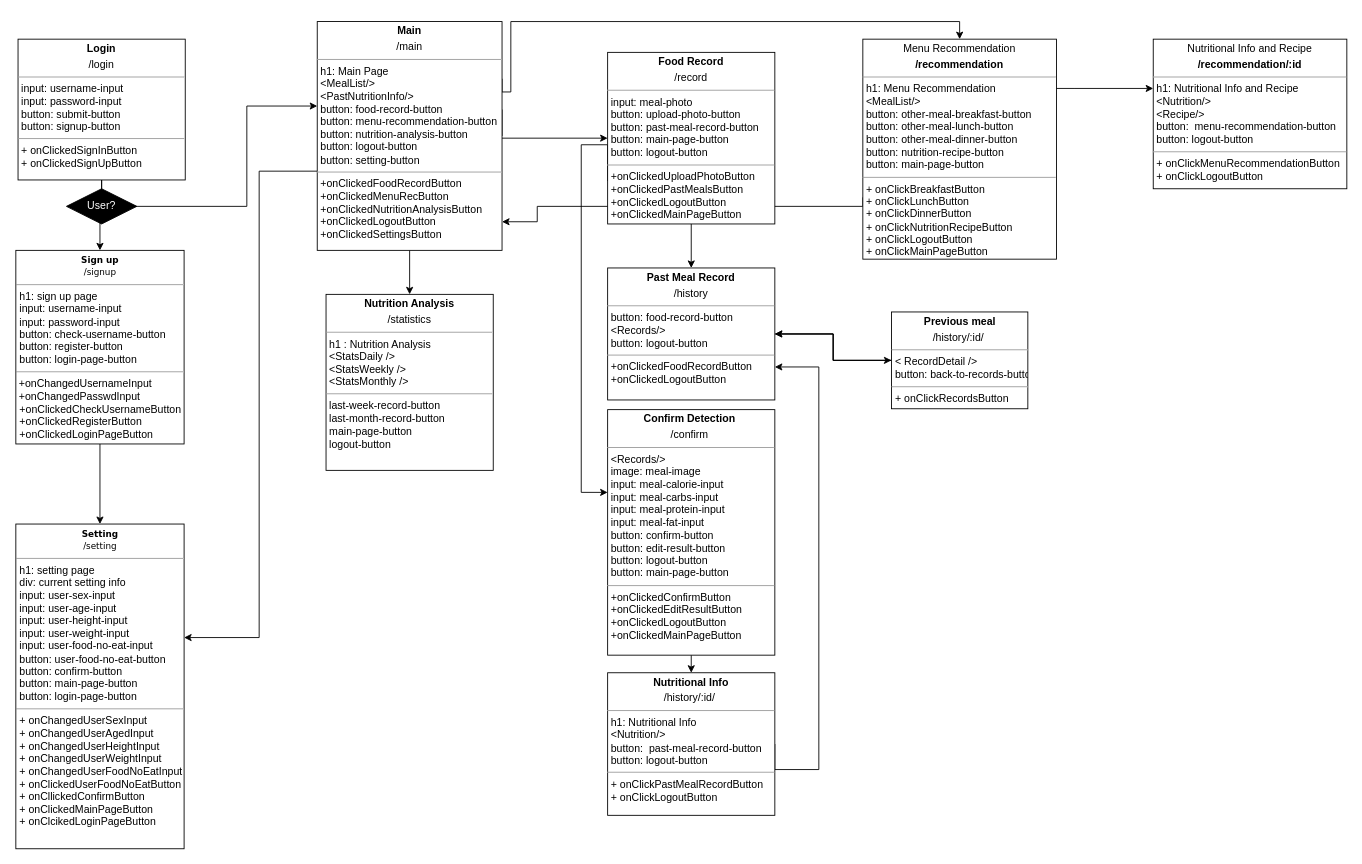
Above: Untitled Diagram.drawio in swsnu/swpp2021-team5 (draw.io), before the change. Source tidied: cells renumbered, new cells numbered last; positions are measured from the earlier drawing's top-left corner, leaving out a move shared by most shapes. Both pictures are drawn from the tidied source at 88%, with x=0, y=0 at pixel (16, 21).
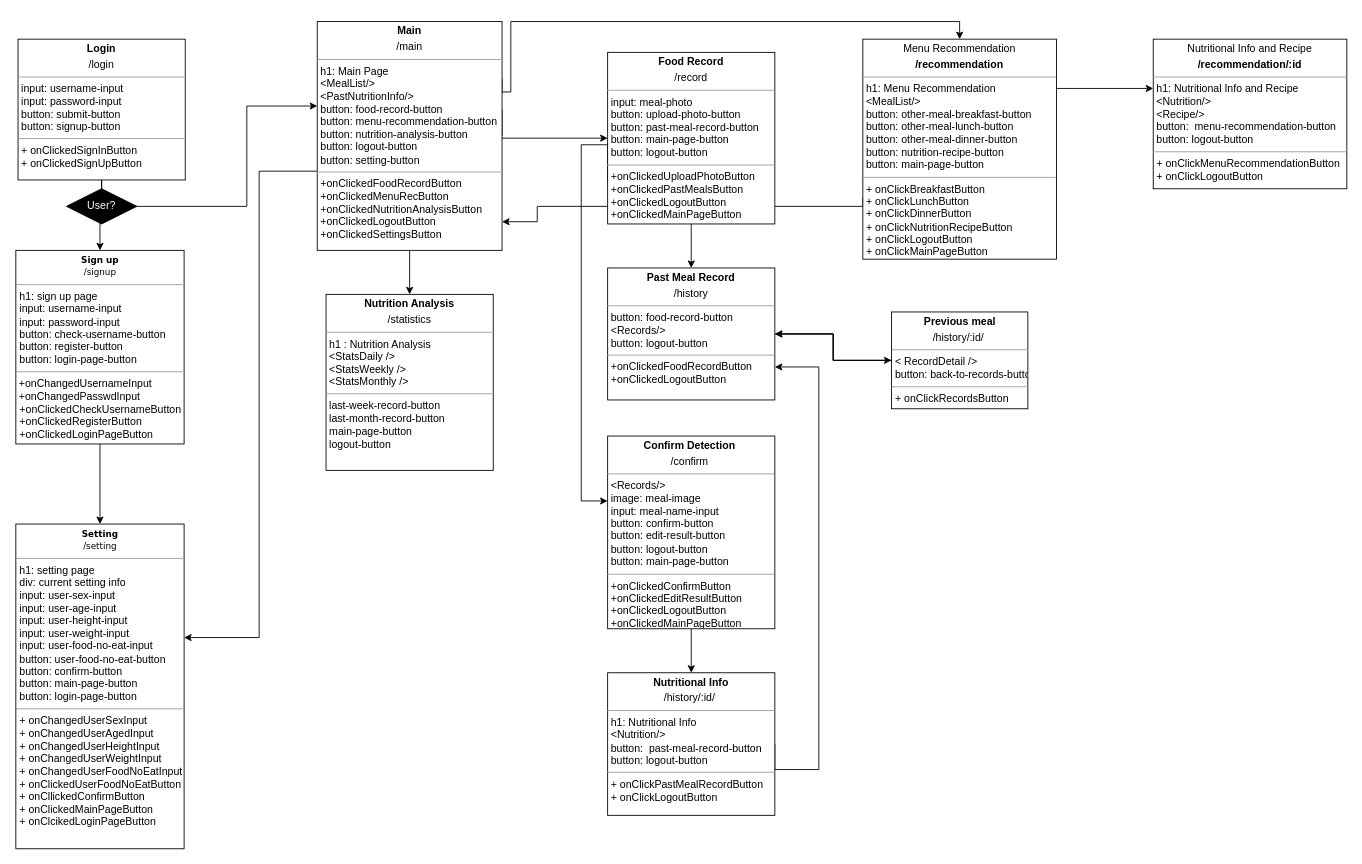
Above is the later version.

The change refers to these unchanged cells:
```xml
<mxCell id="15" value="&lt;p style=&quot;margin: 0px ; margin-top: 4px ; text-align: center&quot;&gt;&lt;b&gt;Food Record&lt;/b&gt;&lt;/p&gt;&lt;p style=&quot;margin: 0px ; margin-top: 4px ; text-align: center&quot;&gt;/record&lt;/p&gt;&lt;hr size=&quot;1&quot;&gt;&lt;p style=&quot;margin: 0px ; margin-left: 4px&quot;&gt;&lt;span&gt;input: meal-photo&lt;/span&gt;&lt;/p&gt;&lt;p style=&quot;margin: 0px ; margin-left: 4px&quot;&gt;&lt;span&gt;button: upload-photo-button&lt;/span&gt;&lt;br&gt;&lt;/p&gt;&lt;p style=&quot;margin: 0px 0px 0px 4px&quot;&gt;button: past-meal-record-button&lt;/p&gt;&lt;p style=&quot;margin: 0px 0px 0px 4px&quot;&gt;button: main-page-button&lt;/p&gt;&lt;p style=&quot;margin: 0px 0px 0px 4px&quot;&gt;button: logout-button&lt;/p&gt;&lt;hr size=&quot;1&quot;&gt;&lt;p style=&quot;margin: 0px ; margin-left: 4px&quot;&gt;+onClickedUploadPhotoButton&lt;/p&gt;&lt;p style=&quot;margin: 0px ; margin-left: 4px&quot;&gt;+onClickedPastMealsButton&lt;/p&gt;&lt;p style=&quot;margin: 0px ; margin-left: 4px&quot;&gt;+onClickedLogoutButton&lt;/p&gt;&lt;p style=&quot;margin: 0px ; margin-left: 4px&quot;&gt;+onClickedMainPageButton&lt;/p&gt;" style="verticalAlign=top;align=left;overflow=fill;fontSize=12;fontFamily=Helvetica;html=1;rounded=0;shadow=0;comic=0;labelBackgroundColor=none;strokeWidth=1;" parent="1" vertex="1">
  <mxGeometry x="672" y="35" width="190" height="195" as="geometry" />
</mxCell>
```

Change to the diagram source:
```diff
@@
     <mxCell id="14" style="edgeStyle=orthogonalEdgeStyle;rounded=0;jettySize=auto;html=1;exitX=0;exitY=0.75;exitDx=0;exitDy=0;entryX=0;entryY=0.337;entryDx=0;entryDy=0;fontColor=#FFFFFF;entryPerimeter=0;" parent="1" edge="1" source="15" target="23">
       <mxGeometry relative="1" as="geometry">
         <Array as="points">
           <mxPoint x="672" y="140" />
           <mxPoint x="642" y="140" />
-          <mxPoint x="642" y="535" />
+          <mxPoint x="642" y="545" />
         </Array>
       </mxGeometry>
     </mxCell>
@@
-    <mxCell id="23" value="&lt;p style=&quot;margin: 0px ; margin-top: 4px ; text-align: center&quot;&gt;&lt;b&gt;Confirm Detection&amp;nbsp;&lt;/b&gt;&lt;/p&gt;&lt;p style=&quot;margin: 0px ; margin-top: 4px ; text-align: center&quot;&gt;/confirm&lt;b&gt;&amp;nbsp;&lt;/b&gt;&lt;/p&gt;&lt;hr size=&quot;1&quot;&gt;&lt;p style=&quot;margin: 0px ; margin-left: 4px&quot;&gt;&amp;lt;Records/&amp;gt;&lt;/p&gt;&lt;p style=&quot;margin: 0px ; margin-left: 4px&quot;&gt;image: meal-image&lt;/p&gt;&lt;p style=&quot;margin: 0px ; margin-left: 4px&quot;&gt;&lt;span&gt;input: meal-calorie-input&lt;/span&gt;&lt;br&gt;&lt;/p&gt;&lt;p style=&quot;margin: 0px ; margin-left: 4px&quot;&gt;input: meal-carbs-input&lt;/p&gt;&lt;p style=&quot;margin: 0px ; margin-left: 4px&quot;&gt;input: meal-protein-input&lt;/p&gt;&lt;p style=&quot;margin: 0px ; margin-left: 4px&quot;&gt;input: meal-fat-input&lt;/p&gt;&lt;p style=&quot;margin: 0px ; margin-left: 4px&quot;&gt;button: confirm-button&lt;/p&gt;&lt;p style=&quot;margin: 0px ; margin-left: 4px&quot;&gt;button: edit-result-button&lt;/p&gt;&lt;p style=&quot;margin: 0px ; margin-left: 4px&quot;&gt;button: logout-button&lt;/p&gt;&lt;p style=&quot;margin: 0px ; margin-left: 4px&quot;&gt;button: main-page-button&lt;br&gt;&lt;/p&gt;&lt;hr size=&quot;1&quot;&gt;&lt;p style=&quot;margin: 0px ; margin-left: 4px&quot;&gt;+onClickedConfirmButton&lt;/p&gt;&lt;p style=&quot;margin: 0px ; margin-left: 4px&quot;&gt;+onClickedEditResultButton&lt;/p&gt;&lt;p style=&quot;margin: 0px ; margin-left: 4px&quot;&gt;+onClickedLogoutButton&lt;/p&gt;&lt;p style=&quot;margin: 0px ; margin-left: 4px&quot;&gt;+onClickedMainPageButton&lt;/p&gt;&lt;p style=&quot;margin: 0px ; margin-left: 4px&quot;&gt;&lt;br&gt;&lt;/p&gt;" style="verticalAlign=top;align=left;overflow=fill;fontSize=12;fontFamily=Helvetica;html=1;" parent="1" vertex="1">
-      <mxGeometry x="672" y="441" width="190" height="279" as="geometry" />
+    <mxCell id="23" value="&lt;p style=&quot;margin: 0px ; margin-top: 4px ; text-align: center&quot;&gt;&lt;b&gt;Confirm Detection&amp;nbsp;&lt;/b&gt;&lt;/p&gt;&lt;p style=&quot;margin: 0px ; margin-top: 4px ; text-align: center&quot;&gt;/confirm&lt;b&gt;&amp;nbsp;&lt;/b&gt;&lt;/p&gt;&lt;hr size=&quot;1&quot;&gt;&lt;p style=&quot;margin: 0px ; margin-left: 4px&quot;&gt;&amp;lt;Records/&amp;gt;&lt;/p&gt;&lt;p style=&quot;margin: 0px ; margin-left: 4px&quot;&gt;image: meal-image&lt;/p&gt;&lt;p style=&quot;margin: 0px ; margin-left: 4px&quot;&gt;input: meal-name-input&lt;/p&gt;&lt;p style=&quot;margin: 0px ; margin-left: 4px&quot;&gt;&lt;span&gt;button: confirm-button&lt;/span&gt;&lt;br&gt;&lt;/p&gt;&lt;p style=&quot;margin: 0px ; margin-left: 4px&quot;&gt;button: edit-result-button&lt;/p&gt;&lt;p style=&quot;margin: 0px ; margin-left: 4px&quot;&gt;button: logout-button&lt;/p&gt;&lt;p style=&quot;margin: 0px ; margin-left: 4px&quot;&gt;button: main-page-button&lt;br&gt;&lt;/p&gt;&lt;hr size=&quot;1&quot;&gt;&lt;p style=&quot;margin: 0px ; margin-left: 4px&quot;&gt;+onClickedConfirmButton&lt;/p&gt;&lt;p style=&quot;margin: 0px ; margin-left: 4px&quot;&gt;+onClickedEditResultButton&lt;/p&gt;&lt;p style=&quot;margin: 0px ; margin-left: 4px&quot;&gt;+onClickedLogoutButton&lt;/p&gt;&lt;p style=&quot;margin: 0px ; margin-left: 4px&quot;&gt;+onClickedMainPageButton&lt;/p&gt;&lt;p style=&quot;margin: 0px ; margin-left: 4px&quot;&gt;&lt;br&gt;&lt;/p&gt;" style="verticalAlign=top;align=left;overflow=fill;fontSize=12;fontFamily=Helvetica;html=1;" parent="1" vertex="1">
+      <mxGeometry x="672" y="471" width="190" height="219" as="geometry" />
     </mxCell>
```
